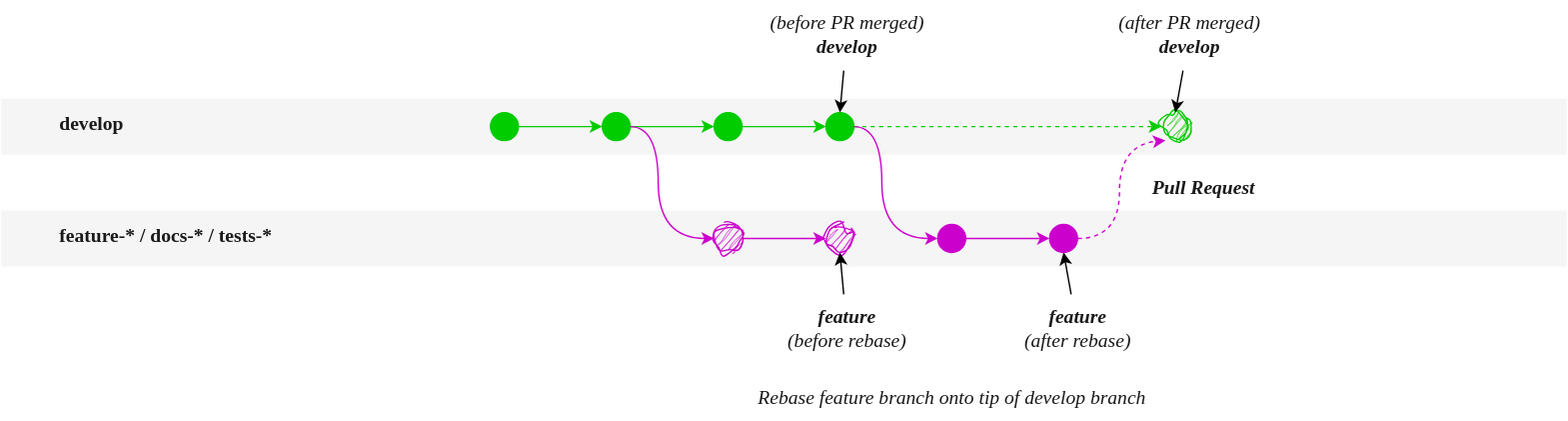
Earlier version of the draw.io export images/git-rebase.drawio.svg (ISS-Leimen/lab-dev-conventions). Source tidied: cells renumbered, new cells last; positions are measured from the earlier drawing's top-left corner, leaving out a move shared by most shapes.
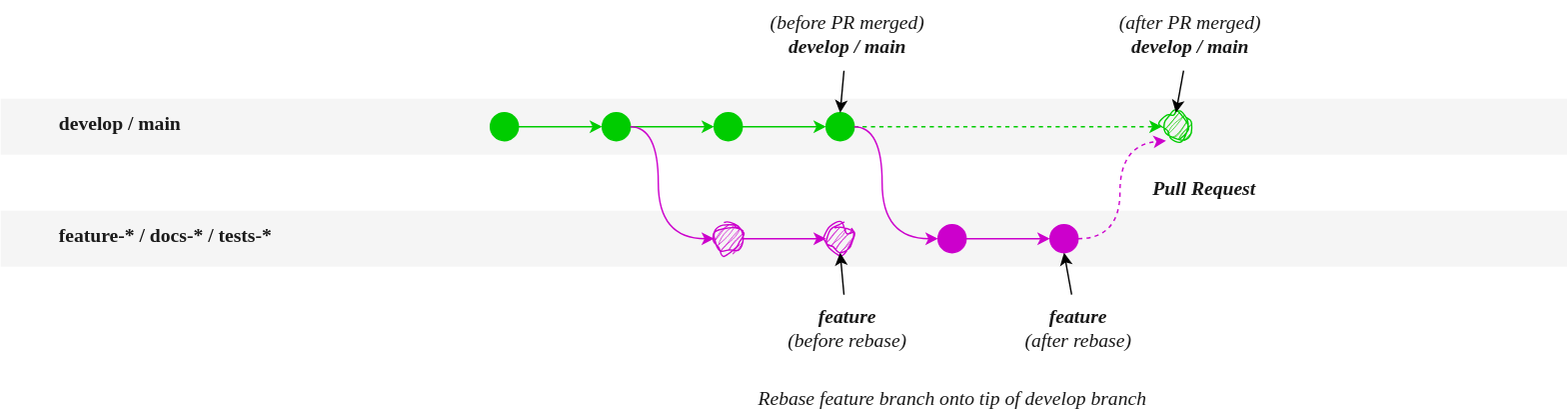
After the commit.

Commit message:
docs: finalize branch plan; generalized rebase diagram; remove old gitflow diagram

Diff of the diagram source:
```diff
@@ -8,8 +8,8 @@
     <mxCell id="3" style="rounded=0;whiteSpace=wrap;html=1;strokeColor=none;fillColor=#f5f5f5;fontColor=#333333;" parent="1" vertex="1">
       <mxGeometry y="150" width="1120" height="40" as="geometry" />
     </mxCell>
-    <mxCell id="4" value="&lt;font color=&quot;#1a1a1a&quot; style=&quot;font-size: 14px;&quot;&gt;&lt;b style=&quot;font-size: 14px;&quot;&gt;develop&lt;/b&gt;&lt;/font&gt;" style="text;html=1;align=left;verticalAlign=middle;strokeColor=none;fillColor=none;fontSize=14;fontFamily=Verdana;" parent="1" vertex="1">
-      <mxGeometry x="40" y="74" width="90" height="30" as="geometry" />
+    <mxCell id="4" value="&lt;font color=&quot;#1a1a1a&quot; style=&quot;font-size: 14px;&quot;&gt;&lt;b style=&quot;font-size: 14px;&quot;&gt;develop / main&lt;/b&gt;&lt;/font&gt;" style="text;html=1;align=left;verticalAlign=middle;strokeColor=none;fillColor=none;fontSize=14;fontFamily=Verdana;" parent="1" vertex="1">
+      <mxGeometry x="40" y="74" width="140" height="30" as="geometry" />
     </mxCell>
     <mxCell id="5" value="&lt;font color=&quot;#1a1a1a&quot; style=&quot;font-size: 14px;&quot;&gt;&lt;b style=&quot;font-size: 14px;&quot;&gt;feature-* / docs-* / tests-*&lt;/b&gt;&lt;/font&gt;" style="text;html=1;align=left;verticalAlign=middle;strokeColor=none;fillColor=none;fontSize=14;fontFamily=Verdana;" parent="1" vertex="1">
       <mxGeometry x="40" y="154" width="240" height="30" as="geometry" />
@@ -64,7 +64,7 @@
     <mxCell id="20" style="edgeStyle=none;html=1;entryX=0.5;entryY=0;entryDx=0;entryDy=0;strokeColor=#000000;" parent="1" edge="1" source="21" target="11">
       <mxGeometry relative="1" as="geometry" />
     </mxCell>
-    <mxCell id="21" value="&lt;i style=&quot;color: rgb(26, 26, 26); font-weight: 400; background-color: initial;&quot;&gt;(after PR merged)&lt;/i&gt;&lt;div style=&quot;&quot;&gt;&lt;i style=&quot;color: rgb(26, 26, 26); background-color: initial;&quot;&gt;develop&lt;/i&gt;&lt;/div&gt;" style="text;html=1;align=center;verticalAlign=middle;points=[];strokeColor=none;fillColor=none;fontSize=14;fontFamily=Verdana;fontStyle=1;" parent="1" vertex="1">
+    <mxCell id="21" value="&lt;i style=&quot;color: rgb(26, 26, 26); font-weight: 400; background-color: initial;&quot;&gt;(after PR merged)&lt;/i&gt;&lt;div style=&quot;&quot;&gt;&lt;i style=&quot;color: rgb(26, 26, 26); background-color: initial;&quot;&gt;develop / main&lt;/i&gt;&lt;/div&gt;" style="text;html=1;align=center;verticalAlign=middle;points=[];strokeColor=none;fillColor=none;fontSize=14;fontFamily=Verdana;fontStyle=1;" parent="1" vertex="1">
       <mxGeometry x="775" width="150" height="50" as="geometry" />
     </mxCell>
     <mxCell id="22" style="ellipse;whiteSpace=wrap;html=1;strokeColor=#CC00CC;fillColor=#CC00CC;" parent="1" vertex="1">
@@ -110,7 +110,7 @@
     <mxCell id="31" style="edgeStyle=none;html=1;entryX=0.5;entryY=0;entryDx=0;entryDy=0;strokeColor=#000000;" parent="1" edge="1" source="32" target="13">
       <mxGeometry relative="1" as="geometry" />
     </mxCell>
-    <mxCell id="32" value="&lt;div style=&quot;&quot;&gt;&lt;i style=&quot;background-color: initial; color: rgb(26, 26, 26);&quot;&gt;(before PR merged)&lt;/i&gt;&lt;div style=&quot;font-weight: 700;&quot;&gt;&lt;i style=&quot;color: rgb(26, 26, 26); background-color: initial;&quot;&gt;develop&lt;/i&gt;&lt;/div&gt;&lt;/div&gt;" style="text;html=1;align=center;verticalAlign=middle;points=[];strokeColor=none;fillColor=none;fontSize=14;fontFamily=Verdana;fontStyle=0;" parent="1" vertex="1">
+    <mxCell id="32" value="&lt;div style=&quot;&quot;&gt;&lt;i style=&quot;background-color: initial; color: rgb(26, 26, 26);&quot;&gt;(before PR merged)&lt;/i&gt;&lt;div style=&quot;font-weight: 700;&quot;&gt;&lt;i style=&quot;color: rgb(26, 26, 26); background-color: initial;&quot;&gt;develop / main&lt;/i&gt;&lt;/div&gt;&lt;/div&gt;" style="text;html=1;align=center;verticalAlign=middle;points=[];strokeColor=none;fillColor=none;fontSize=14;fontFamily=Verdana;fontStyle=0;" parent="1" vertex="1">
       <mxGeometry x="525" width="160" height="50" as="geometry" />
     </mxCell>
     <mxCell id="33" value="&lt;font color=&quot;#1a1a1a&quot; style=&quot;font-size: 14px;&quot;&gt;&lt;span style=&quot;font-size: 14px;&quot;&gt;&lt;i&gt;&lt;b&gt;Pull Request&lt;/b&gt;&lt;br&gt;&lt;/i&gt;&lt;/span&gt;&lt;/font&gt;" style="text;html=1;align=center;verticalAlign=middle;strokeColor=none;fillColor=none;fontSize=14;fontFamily=Verdana;fontStyle=0;" parent="1" vertex="1">
```
